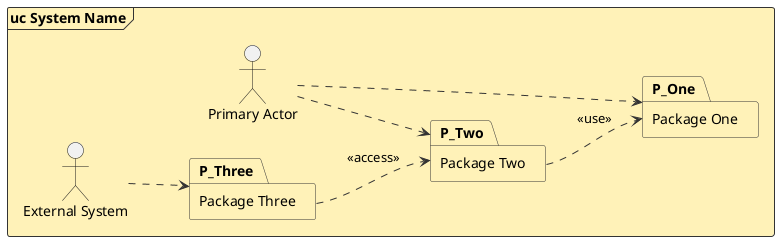
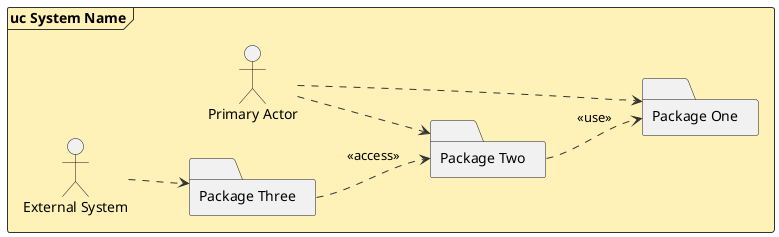
@startuml
- ' Template: use-case package overview (requirements specification §2.1)
+ ' Template: use-case package overview.
' Replace the example packages, actors, and dependencies.

left to right direction
skinparam shadowing false
- skinparam handwritten false
- skinparam defaultFontName Arial
skinparam actorStyle stickman
- skinparam packageStyle folder
skinparam ArrowColor #333333
skinparam BorderColor #333333
skinparam package {
  BackgroundColor #FFF2B8
  BorderColor #333333
}

frame "uc System Name" {
  ' Actors: external roles/systems that interact directly with the system.
  actor "Primary Actor" as A_Primary
  actor "External System" as A_External

  ' Use-case packages: folder-shaped packages only. No use-case ovals here.
-   package "Package One" as P_One {
-   }
-   package "Package Two" as P_Two {
-   }
-   package "Package Three" as P_Three {
-   }
+   folder "Package One" as P_One
+   folder "Package Two" as P_Two
+   folder "Package Three" as P_Three

-   ' Actor-to-package usage: dashed directed dependency.
+   ' Actor-to-package usage shown with a dependency. Adapt to the project profile.
  A_Primary ..> P_One
  A_Primary ..> P_Two
  A_External ..> P_Three

  ' Optional broad package dependencies: client/using package -> supplier/used package.
  P_Two ..> P_One : <<use>>
  P_Three ..> P_Two : <<access>>
}
@enduml
